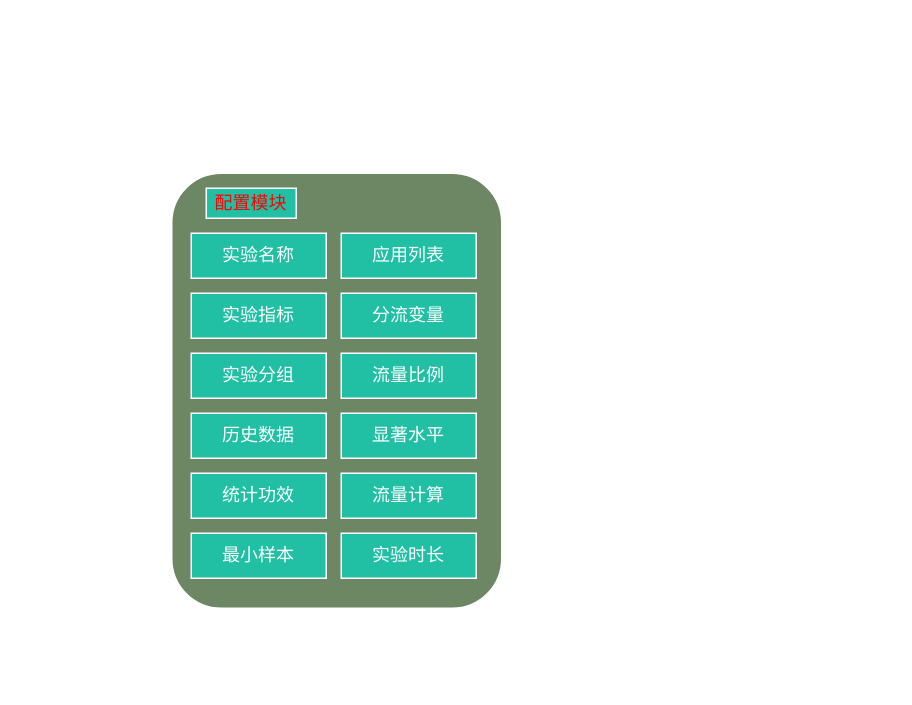
Above: 内容安全服务平台分流逻辑设计.drawio in FataliBud/draw.io (draw.io), before the change. Source tidied: cells renumbered, new cells numbered last; positions are measured from the earlier drawing's top-left corner, leaving out a move shared by most shapes. Both pictures are drawn from the tidied source at 150%, with x=0, y=0 at pixel (171, 172).
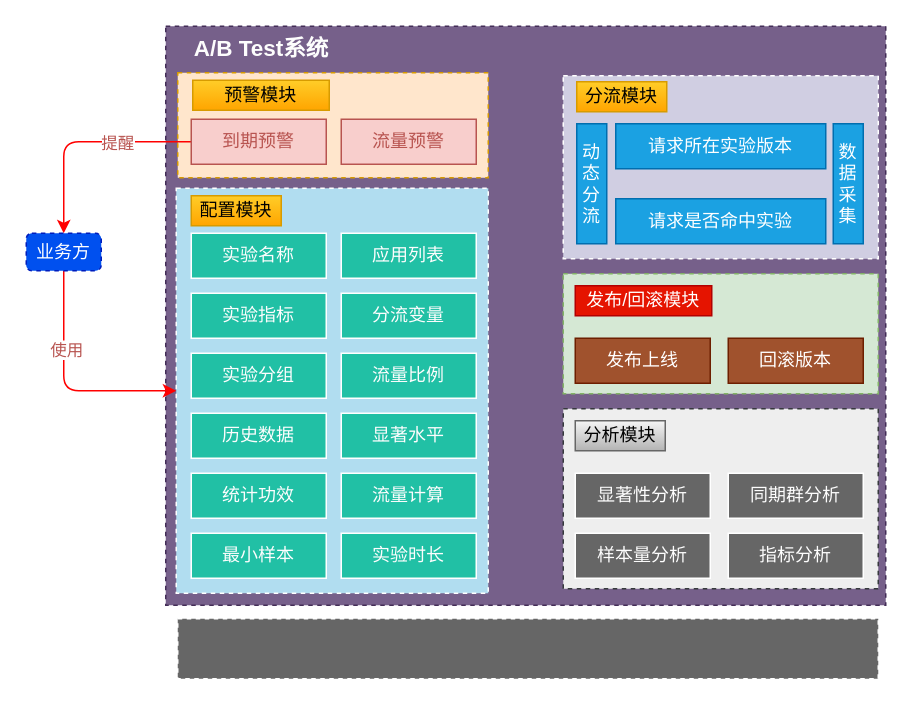
After the change.

Commit message (it also covers changes not shown here):
Update 内容安全服务平台分流逻辑设计.drawio

What changed in the source:
```diff
@@
-    <mxCell id="2" style="rounded=1;whiteSpace=wrap;html=1;fillColor=#6d8764;fontColor=#ffffff;strokeColor=#FFFFFF;" parent="1" vertex="1">
-      <mxGeometry width="220" height="290" as="geometry" />
-    </mxCell>
+    <mxCell id="16" style="rounded=0;whiteSpace=wrap;html=1;dashed=1;sketch=0;strokeColor=#432D57;fillColor=#76608a;fontColor=#ffffff;" parent="1" vertex="1">
+      <mxGeometry x="-4" y="-98" width="480" height="386" as="geometry" />
+    </mxCell>
+    <mxCell id="17" style="rounded=0;whiteSpace=wrap;html=1;dashed=1;sketch=0;fillColor=#d0cee2;strokeColor=#FFFFFF;" parent="1" vertex="1">
+      <mxGeometry x="261" y="-65" width="210" height="122" as="geometry" />
+    </mxCell>
+    <mxCell id="18" style="rounded=0;whiteSpace=wrap;html=1;sketch=0;fillColor=#b1ddf0;dashed=1;strokeColor=#FFFFFF;" parent="1" vertex="1">
+      <mxGeometry x="3" y="10" width="208" height="270" as="geometry" />
+    </mxCell>
@@
-    <mxCell id="15" value="配置模块" style="text;html=1;fillColor=#21C0A5;align=center;verticalAlign=middle;whiteSpace=wrap;rounded=0;strokeColor=#FFFFFF;fontColor=#FF0000;" parent="1" vertex="1">
-      <mxGeometry x="23" y="10" width="60" height="20" as="geometry" />
+    <mxCell id="15" value="配置模块" style="text;html=1;fillColor=#ffcd28;align=center;verticalAlign=middle;whiteSpace=wrap;rounded=0;strokeColor=#d79b00;gradientColor=#ffa500;" parent="1" vertex="1">
+      <mxGeometry x="13" y="15" width="60" height="20" as="geometry" />
     </mxCell>
+    <mxCell id="19" value="请求所在实验版本" style="rounded=0;whiteSpace=wrap;html=1;fillColor=#1ba1e2;strokeColor=#006EAF;fontColor=#ffffff;" parent="1" vertex="1">
+      <mxGeometry x="296" y="-33" width="140" height="30" as="geometry" />
+    </mxCell>
+    <mxCell id="20" value="请求是否命中实验" style="rounded=0;whiteSpace=wrap;html=1;fillColor=#1ba1e2;strokeColor=#006EAF;fontColor=#ffffff;" parent="1" vertex="1">
+      <mxGeometry x="296" y="17" width="140" height="30" as="geometry" />
+    </mxCell>
+    <mxCell id="21" value="动态分流" style="rounded=0;whiteSpace=wrap;html=1;fillColor=#1ba1e2;strokeColor=#006EAF;fontColor=#ffffff;" parent="1" vertex="1">
+      <mxGeometry x="270" y="-33" width="20" height="80" as="geometry" />
+    </mxCell>
+    <mxCell id="22" value="数据采集" style="rounded=0;whiteSpace=wrap;html=1;fillColor=#1ba1e2;strokeColor=#006EAF;fontColor=#ffffff;" parent="1" vertex="1">
+      <mxGeometry x="441" y="-33" width="20" height="80" as="geometry" />
+    </mxCell>
+    <mxCell id="23" value="分流模块" style="text;html=1;fillColor=#ffcd28;align=center;verticalAlign=middle;whiteSpace=wrap;rounded=0;strokeColor=#d79b00;gradientColor=#ffa500;" parent="1" vertex="1">
+      <mxGeometry x="270" y="-61" width="60" height="20" as="geometry" />
+    </mxCell>
+    <mxCell id="24" style="rounded=0;whiteSpace=wrap;html=1;dashed=1;sketch=0;strokeColor=#36393d;fillColor=#eeeeee;" parent="1" vertex="1">
+      <mxGeometry x="261" y="157" width="210" height="120" as="geometry" />
+    </mxCell>
+    <mxCell id="25" value="分析模块" style="text;html=1;fillColor=#f5f5f5;align=center;verticalAlign=middle;whiteSpace=wrap;rounded=0;strokeColor=#666666;gradientColor=#b3b3b3;" parent="1" vertex="1">
+      <mxGeometry x="269" y="165" width="60" height="20" as="geometry" />
+    </mxCell>
+    <mxCell id="26" value="显著性分析" style="rounded=0;whiteSpace=wrap;html=1;fontColor=#FDFDFD;strokeColor=#FFFFFF;fillColor=#666666;" parent="1" vertex="1">
+      <mxGeometry x="269" y="200" width="90" height="30" as="geometry" />
+    </mxCell>
+    <mxCell id="27" value="同期群分析" style="rounded=0;whiteSpace=wrap;html=1;fontColor=#FDFDFD;strokeColor=#FFFFFF;fillColor=#666666;" parent="1" vertex="1">
+      <mxGeometry x="371" y="200" width="90" height="30" as="geometry" />
+    </mxCell>
+    <mxCell id="28" value="样本量分析" style="rounded=0;whiteSpace=wrap;html=1;fontColor=#FDFDFD;strokeColor=#FFFFFF;fillColor=#666666;" parent="1" vertex="1">
+      <mxGeometry x="269" y="240" width="90" height="30" as="geometry" />
+    </mxCell>
+    <mxCell id="29" value="指标分析" style="rounded=0;whiteSpace=wrap;html=1;fontColor=#FDFDFD;strokeColor=#FFFFFF;fillColor=#666666;" parent="1" vertex="1">
+      <mxGeometry x="371" y="240" width="90" height="30" as="geometry" />
+    </mxCell>
+    <mxCell id="30" style="rounded=0;whiteSpace=wrap;html=1;dashed=1;sketch=0;strokeColor=#82b366;fillColor=#d5e8d4;" parent="1" vertex="1">
+      <mxGeometry x="261" y="67" width="210" height="80" as="geometry" />
+    </mxCell>
+    <mxCell id="31" value="发布/回滚模块" style="text;html=1;fillColor=#e51400;align=center;verticalAlign=middle;whiteSpace=wrap;rounded=0;strokeColor=#B20000;fontColor=#ffffff;" parent="1" vertex="1">
+      <mxGeometry x="269" y="75" width="91" height="20" as="geometry" />
+    </mxCell>
+    <mxCell id="32" value="发布上线" style="rounded=0;whiteSpace=wrap;html=1;fontColor=#ffffff;strokeColor=#6D1F00;fillColor=#a0522d;" parent="1" vertex="1">
+      <mxGeometry x="269" y="110" width="90" height="30" as="geometry" />
+    </mxCell>
+    <mxCell id="33" value="回滚版本" style="rounded=0;whiteSpace=wrap;html=1;fontColor=#ffffff;strokeColor=#6D1F00;fillColor=#a0522d;" parent="1" vertex="1">
+      <mxGeometry x="371" y="110" width="90" height="30" as="geometry" />
+    </mxCell>
+    <mxCell id="34" style="rounded=0;whiteSpace=wrap;html=1;dashed=1;sketch=0;strokeColor=#d79b00;fillColor=#ffe6cc;" parent="1" vertex="1">
+      <mxGeometry x="4" y="-67" width="207" height="70" as="geometry" />
+    </mxCell>
+    <mxCell id="35" value="预警模块" style="text;html=1;fillColor=#ffcd28;align=center;verticalAlign=middle;whiteSpace=wrap;rounded=0;strokeColor=#d79b00;gradientColor=#ffa500;" parent="1" vertex="1">
+      <mxGeometry x="14" y="-62" width="91" height="20" as="geometry" />
+    </mxCell>
+    <mxCell id="36" style="edgeStyle=orthogonalEdgeStyle;curved=0;rounded=1;sketch=0;jettySize=auto;html=1;entryX=0.5;entryY=0;entryDx=0;entryDy=0;fontColor=#B85450;strokeColor=#FF0000;" parent="1" edge="1" source="38" target="43">
+      <mxGeometry relative="1" as="geometry" />
+    </mxCell>
+    <mxCell id="37" value="提醒" style="edgeLabel;html=1;align=center;verticalAlign=middle;fontColor=#B85450;" parent="36" vertex="1">
+      <mxGeometry x="-0.32" relative="1" as="geometry" />
+    </mxCell>
+    <mxCell id="38" value="到期预警" style="rounded=0;whiteSpace=wrap;html=1;fillColor=#f8cecc;strokeColor=#b85450;fontColor=#B85450;" parent="1" vertex="1">
+      <mxGeometry x="13" y="-36" width="90" height="30" as="geometry" />
+    </mxCell>
+    <mxCell id="39" value="流量预警" style="rounded=0;whiteSpace=wrap;html=1;fillColor=#f8cecc;strokeColor=#b85450;fontColor=#B85450;" parent="1" vertex="1">
+      <mxGeometry x="113" y="-36" width="90" height="30" as="geometry" />
+    </mxCell>
+    <mxCell id="40" style="rounded=0;whiteSpace=wrap;html=1;dashed=1;sketch=0;fontColor=#B85450;strokeColor=#FFFFFF;fillColor=#666666;" parent="1" vertex="1">
+      <mxGeometry x="4" y="297" width="467" height="40" as="geometry" />
+    </mxCell>
+    <mxCell id="41" style="edgeStyle=orthogonalEdgeStyle;curved=0;rounded=1;sketch=0;jettySize=auto;html=1;fontColor=#B85450;exitX=0.5;exitY=1;exitDx=0;exitDy=0;strokeColor=#FF0000;" parent="1" edge="1" source="43" target="18">
+      <mxGeometry relative="1" as="geometry" />
+    </mxCell>
+    <mxCell id="42" value="使用" style="edgeLabel;html=1;align=center;verticalAlign=middle;fontColor=#B85450;" parent="41" vertex="1">
+      <mxGeometry x="-0.33" y="1" relative="1" as="geometry" />
+    </mxCell>
+    <mxCell id="43" value="业务方" style="rounded=1;whiteSpace=wrap;html=1;dashed=1;sketch=0;strokeColor=#001DBC;fillColor=#0050ef;fontColor=#ffffff;" parent="1" vertex="1">
+      <mxGeometry x="-97" y="40" width="50" height="25" as="geometry" />
+    </mxCell>
+    <mxCell id="44" value="A/B Test系统" style="text;html=1;strokeColor=none;fillColor=none;align=center;verticalAlign=middle;whiteSpace=wrap;rounded=0;dashed=1;sketch=0;fontColor=#FDFDFD;fontStyle=1;fontSize=15;" parent="1" vertex="1">
+      <mxGeometry x="4.5" y="-94" width="110" height="20" as="geometry" />
+    </mxCell>
```
